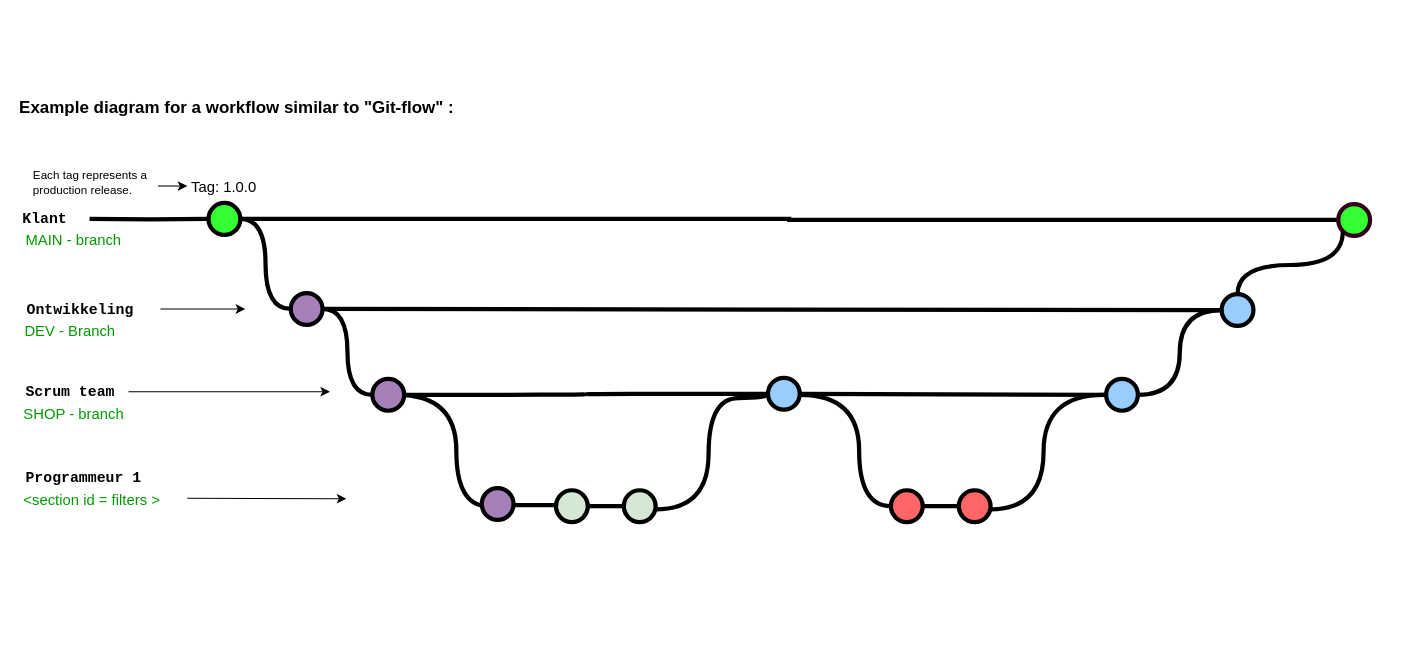
Texaco360/Proxpace keeps this draw.io diagram as Untitled Diagram.drawio. Above is the earlier version. Source tidied: cells renumbered, new cells numbered last; positions are measured from the earlier drawing's top-left corner, leaving out a move shared by most shapes. Both pictures are drawn from the tidied source at 106%, with x=0, y=0 at pixel (17, 90).
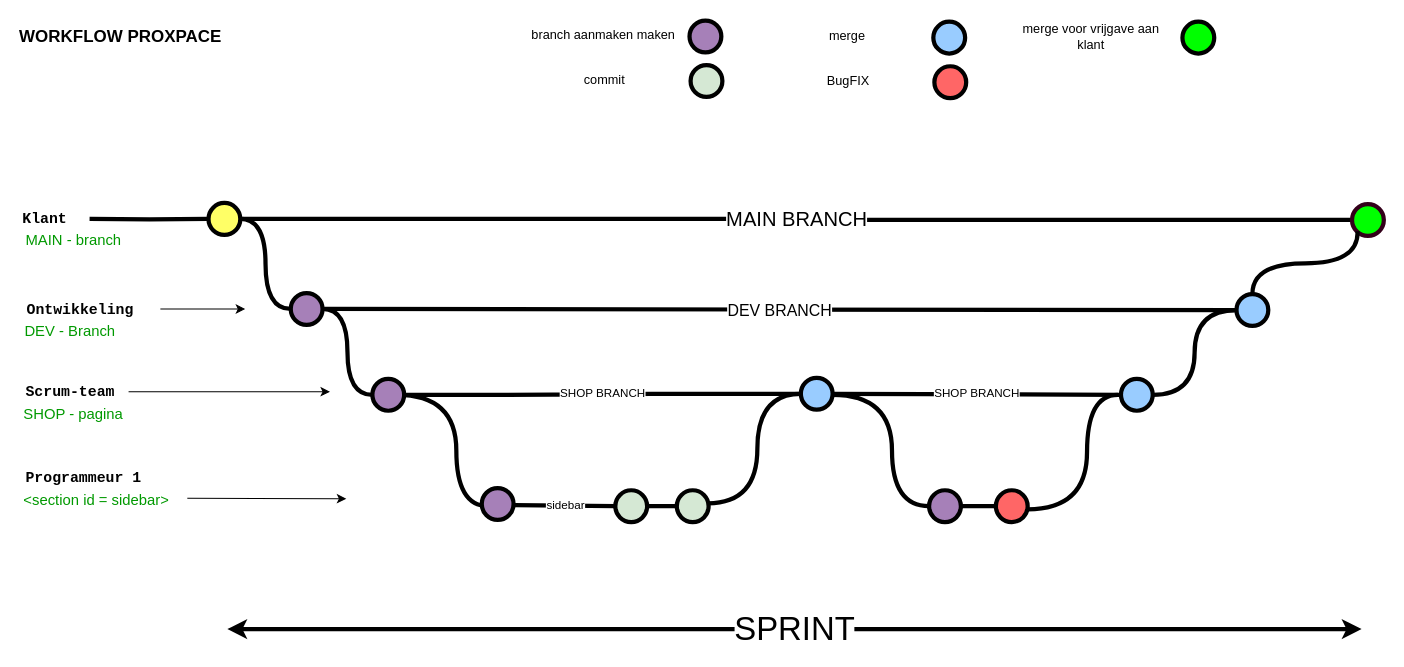
The same diagram, later.

The change refers to these unchanged cells:
```xml
<mxCell id="9" style="verticalLabelPosition=bottom;verticalAlign=top;html=1;strokeWidth=4;shape=mxgraph.flowchart.on-page_reference;plain-purple;gradientColor=none;strokeColor=#000000;fillColor=#A680B8;" parent="1" vertex="1">
  <mxGeometry x="257.8" y="191" width="30" height="30" as="geometry" />
</mxCell>
<mxCell id="13" style="verticalLabelPosition=bottom;verticalAlign=top;html=1;strokeWidth=4;shape=mxgraph.flowchart.on-page_reference;plain-purple;gradientColor=none;strokeColor=#000000;fillColor=#A680B8;" parent="1" vertex="1">
  <mxGeometry x="334.8" y="272" width="30" height="30" as="geometry" />
</mxCell>
```

What changed in the source:
```diff
@@
-    <mxCell id="2" style="edgeStyle=orthogonalEdgeStyle;rounded=0;html=1;jettySize=auto;plain-blue;endArrow=none;endFill=0;strokeWidth=4;strokeColor=#000000;entryX=0;entryY=0.5;entryDx=0;entryDy=0;entryPerimeter=0;" parent="1" edge="1" source="4" target="5">
-      <mxGeometry x="292.2" y="211" as="geometry" />
+    <mxCell id="2" value="MAIN BRANCH" style="edgeStyle=orthogonalEdgeStyle;rounded=0;html=1;jettySize=auto;plain-blue;endArrow=none;endFill=0;strokeWidth=4;strokeColor=#000000;entryX=0;entryY=0.5;entryDx=0;entryDy=0;entryPerimeter=0;horizontal=1;fontSize=19;" parent="1" edge="1" source="4" target="5">
+      <mxGeometry x="292.2" y="278" as="geometry" />
     </mxCell>
@@
-    <mxCell id="4" style="verticalLabelPosition=bottom;verticalAlign=top;html=1;strokeWidth=4;shape=mxgraph.flowchart.on-page_reference;plain-blue;gradientColor=none;fillColor=#33FF33;strokeColor=#000000;" parent="1" vertex="1">
+    <mxCell id="4" style="verticalLabelPosition=bottom;verticalAlign=top;html=1;strokeWidth=4;shape=mxgraph.flowchart.on-page_reference;plain-blue;gradientColor=none;fillColor=#FFFF66;strokeColor=#000000;" parent="1" vertex="1">
       <mxGeometry x="180.2" y="106" width="30" height="30" as="geometry" />
     </mxCell>
-    <mxCell id="5" style="verticalLabelPosition=bottom;verticalAlign=top;html=1;strokeWidth=4;shape=mxgraph.flowchart.on-page_reference;plain-blue;gradientColor=none;strokeColor=#33001A;fillColor=#33FF33;" parent="1" vertex="1">
-      <mxGeometry x="1246" y="107" width="30" height="30" as="geometry" />
+    <mxCell id="5" style="verticalLabelPosition=bottom;verticalAlign=top;html=1;strokeWidth=4;shape=mxgraph.flowchart.on-page_reference;plain-blue;gradientColor=none;strokeColor=#33001A;fillColor=#00FF00;" parent="1" vertex="1">
+      <mxGeometry x="1259" y="107" width="30" height="30" as="geometry" />
     </mxCell>
     <mxCell id="6" style="edgeStyle=orthogonalEdgeStyle;rounded=0;html=1;jettySize=auto;strokeWidth=4;endArrow=none;endFill=0;" parent="1" edge="1" target="4">
-      <mxGeometry x="192.2" y="211" as="geometry">
+      <mxGeometry x="192.2" y="278" as="geometry">
         <mxPoint x="68" y="121" as="sourcePoint" />
       </mxGeometry>
     </mxCell>
@@
-    <mxCell id="8" style="edgeStyle=orthogonalEdgeStyle;curved=1;rounded=0;html=1;exitX=1;exitY=0.5;exitPerimeter=0;endArrow=none;endFill=0;jettySize=auto;strokeWidth=4;fontSize=15;" parent="1" edge="1" source="9" target="31">
+    <mxCell id="8" value="DEV BRANCH" style="edgeStyle=orthogonalEdgeStyle;curved=1;rounded=0;html=1;exitX=1;exitY=0.5;exitPerimeter=0;endArrow=none;endFill=0;jettySize=auto;strokeWidth=4;fontSize=15;" parent="1" edge="1" source="9" target="31">
       <mxGeometry relative="1" as="geometry" />
     </mxCell>
@@
-    <mxCell id="14" style="edgeStyle=orthogonalEdgeStyle;curved=1;rounded=0;jettySize=auto;html=1;endArrow=none;endFill=0;strokeWidth=4;exitX=1;exitY=0.5;exitDx=0;exitDy=0;exitPerimeter=0;" parent="1" edge="1" source="13" target="15">
+    <mxCell id="14" value="SHOP BRANCH" style="edgeStyle=orthogonalEdgeStyle;curved=1;rounded=0;jettySize=auto;html=1;endArrow=none;endFill=0;strokeWidth=4;exitX=1;exitY=0.5;exitDx=0;exitDy=0;exitPerimeter=0;" parent="1" edge="1" source="13" target="15">
       <mxGeometry relative="1" as="geometry" />
     </mxCell>
     <mxCell id="15" style="verticalLabelPosition=bottom;verticalAlign=top;html=1;strokeWidth=4;shape=mxgraph.flowchart.on-page_reference;plain-purple;gradientColor=none;strokeColor=#000000;fillColor=#99CCFF;" parent="1" vertex="1">
-      <mxGeometry x="708" y="271" width="30" height="30" as="geometry" />
+      <mxGeometry x="739" y="271" width="30" height="30" as="geometry" />
     </mxCell>
@@
     <mxCell id="17" style="verticalLabelPosition=bottom;verticalAlign=top;html=1;strokeWidth=4;shape=mxgraph.flowchart.on-page_reference;plain-purple;gradientColor=none;strokeColor=#000000;fillColor=#99CCFF;" parent="1" vertex="1">
-      <mxGeometry x="1027" y="272" width="30" height="30" as="geometry" />
+      <mxGeometry x="1041" y="272" width="30" height="30" as="geometry" />
     </mxCell>
-    <mxCell id="18" value="Scrum team" style="text;html=1;strokeColor=none;fillColor=none;align=left;verticalAlign=middle;whiteSpace=wrap;overflow=hidden;fontSize=14;fontStyle=1;fontFamily=Courier New;" parent="1" vertex="1">
+    <mxCell id="18" value="Scrum-team" style="text;html=1;strokeColor=none;fillColor=none;align=left;verticalAlign=middle;whiteSpace=wrap;overflow=hidden;fontSize=14;fontStyle=1;fontFamily=Courier New;" parent="1" vertex="1">
       <mxGeometry x="5.8" y="274" width="91" height="20" as="geometry" />
     </mxCell>
@@
     <mxCell id="20" style="verticalLabelPosition=bottom;verticalAlign=top;html=1;strokeWidth=4;shape=mxgraph.flowchart.on-page_reference;plain-purple;gradientColor=none;strokeColor=#000000;fillColor=#D5E8D4;" parent="1" vertex="1">
-      <mxGeometry x="508" y="377" width="30" height="30" as="geometry" />
+      <mxGeometry x="564" y="377" width="30" height="30" as="geometry" />
     </mxCell>
     <mxCell id="21" style="verticalLabelPosition=bottom;verticalAlign=top;html=1;strokeWidth=4;shape=mxgraph.flowchart.on-page_reference;plain-purple;gradientColor=none;strokeColor=#000000;fillColor=#D5E8D4;" parent="1" vertex="1">
-      <mxGeometry x="572" y="377" width="30" height="30" as="geometry" />
+      <mxGeometry x="622" y="377" width="30" height="30" as="geometry" />
     </mxCell>
@@
-    <mxCell id="23" value="SHOP - branch&amp;nbsp;" style="text;html=1;strokeColor=none;fillColor=none;align=left;verticalAlign=middle;whiteSpace=wrap;overflow=hidden;fontSize=14;fontStyle=0;fontColor=#009900;" parent="1" vertex="1">
+    <mxCell id="23" value="SHOP - pagina" style="text;html=1;strokeColor=none;fillColor=none;align=left;verticalAlign=middle;whiteSpace=wrap;overflow=hidden;fontSize=14;fontStyle=0;fontColor=#009900;" parent="1" vertex="1">
       <mxGeometry x="3.8" y="294" width="240" height="20" as="geometry" />
     </mxCell>
-    <mxCell id="24" value="&amp;lt;section id = filters &amp;gt;" style="text;html=1;strokeColor=none;fillColor=none;align=left;verticalAlign=middle;whiteSpace=wrap;overflow=hidden;fontSize=14;fontStyle=0;fontColor=#009900;" parent="1" vertex="1">
+    <mxCell id="24" value="&amp;lt;section id = sidebar&amp;gt;" style="text;html=1;strokeColor=none;fillColor=none;align=left;verticalAlign=middle;whiteSpace=wrap;overflow=hidden;fontSize=14;fontStyle=0;fontColor=#009900;" parent="1" vertex="1">
       <mxGeometry x="3.8" y="375" width="240" height="20" as="geometry" />
     </mxCell>
@@
-    <mxCell id="30" value="Tag: 1.0.0" style="text;html=1;strokeColor=none;fillColor=none;align=center;verticalAlign=middle;whiteSpace=wrap;overflow=hidden;fontSize=14;" parent="1" vertex="1">
-      <mxGeometry x="160.2" y="80" width="70" height="20" as="geometry" />
-    </mxCell>
     <mxCell id="31" style="verticalLabelPosition=bottom;verticalAlign=top;html=1;strokeWidth=4;shape=mxgraph.flowchart.on-page_reference;plain-purple;gradientColor=none;strokeColor=#000000;fillColor=#99CCFF;" parent="1" vertex="1">
-      <mxGeometry x="1136" y="192" width="30" height="30" as="geometry" />
+      <mxGeometry x="1150" y="192" width="30" height="30" as="geometry" />
     </mxCell>
-    <mxCell id="32" style="edgeStyle=orthogonalEdgeStyle;rounded=0;jettySize=auto;html=1;fontSize=12;fontColor=#000000;entryX=0;entryY=0.5;entryDx=0;entryDy=0;" parent="1" edge="1" source="33" target="30">
-      <mxGeometry relative="1" as="geometry">
-        <Array as="points">
-          <mxPoint x="140.2" y="90" />
-          <mxPoint x="140.2" y="90" />
-        </Array>
-      </mxGeometry>
-    </mxCell>
-    <mxCell id="33" value="&lt;span style=&quot;text-align: center; font-size: 11px;&quot;&gt;Each tag represents a production release.&lt;/span&gt;" style="text;html=1;strokeColor=none;fillColor=none;align=left;verticalAlign=middle;whiteSpace=wrap;overflow=hidden;fontSize=11;fontStyle=0;fontColor=#000000;" parent="1" vertex="1">
-      <mxGeometry x="12.5" y="68" width="120" height="38" as="geometry" />
-    </mxCell>
-    <mxCell id="34" value="Example diagram for a workflow similar to &quot;Git-flow&quot; :" style="text;whiteSpace=wrap;html=1;fontStyle=1;fontSize=16;" parent="1" vertex="1">
-      <mxGeometry x="0.2" width="427.8" height="20" as="geometry" />
+    <mxCell id="34" value="WORKFLOW PROXPACE" style="text;whiteSpace=wrap;html=1;fontStyle=1;fontSize=16;" parent="1" vertex="1">
+      <mxGeometry x="0.2" y="-67" width="267.8" height="20" as="geometry" />
     </mxCell>
-    <mxCell id="35" style="edgeStyle=orthogonalEdgeStyle;curved=1;rounded=0;jettySize=auto;html=1;endArrow=none;endFill=0;strokeWidth=4;fontFamily=Courier New;fontColor=#009900;exitX=0.5;exitY=0;exitDx=0;exitDy=0;exitPerimeter=0;entryX=0.145;entryY=0.855;entryDx=0;entryDy=0;entryPerimeter=0;" parent="1" edge="1" source="31" target="5">
-      <mxGeometry relative="1" as="geometry" />
+    <mxCell id="35" style="edgeStyle=orthogonalEdgeStyle;curved=1;rounded=0;jettySize=auto;html=1;endArrow=none;endFill=0;strokeWidth=4;fontFamily=Courier New;fontColor=#009900;exitX=0.5;exitY=0;exitDx=0;exitDy=0;exitPerimeter=0;entryX=0.145;entryY=0.855;entryDx=0;entryDy=0;entryPerimeter=0;" parent="1" edge="1" source="31">
+      <mxGeometry relative="1" as="geometry">
+        <mxPoint x="1264.3" y="132.7" as="targetPoint" />
+      </mxGeometry>
     </mxCell>
-    <mxCell id="36" style="edgeStyle=orthogonalEdgeStyle;curved=1;rounded=0;jettySize=auto;html=1;endArrow=none;endFill=0;strokeWidth=4;fontFamily=Courier New;fontColor=#009900;entryX=0;entryY=0.5;entryDx=0;entryDy=0;entryPerimeter=0;" parent="1" edge="1" target="15">
+    <mxCell id="36" style="edgeStyle=orthogonalEdgeStyle;curved=1;rounded=0;jettySize=auto;html=1;endArrow=none;endFill=0;strokeWidth=4;fontFamily=Courier New;fontColor=#009900;entryX=0;entryY=0.5;entryDx=0;entryDy=0;entryPerimeter=0;exitX=0.981;exitY=0.41;exitDx=0;exitDy=0;exitPerimeter=0;" parent="1" edge="1" source="21" target="15">
       <mxGeometry relative="1" as="geometry">
-        <mxPoint x="602" y="395" as="sourcePoint" />
         <Array as="points">
-          <mxPoint x="652" y="395" />
-          <mxPoint x="652" y="290" />
-          <mxPoint x="708" y="290" />
+          <mxPoint x="698" y="389" />
+          <mxPoint x="698" y="286" />
         </Array>
       </mxGeometry>
     </mxCell>
-    <mxCell id="37" style="edgeStyle=orthogonalEdgeStyle;rounded=0;jettySize=auto;html=1;endArrow=none;endFill=0;strokeWidth=4;" parent="1" edge="1" source="38" target="39">
-      <mxGeometry relative="1" as="geometry" />
-    </mxCell>
-    <mxCell id="38" style="verticalLabelPosition=bottom;verticalAlign=top;html=1;strokeWidth=4;shape=mxgraph.flowchart.on-page_reference;plain-purple;gradientColor=none;strokeColor=#000000;fillColor=#FF6666;" parent="1" vertex="1">
-      <mxGeometry x="824" y="377" width="30" height="30" as="geometry" />
+    <mxCell id="38" style="verticalLabelPosition=bottom;verticalAlign=top;html=1;strokeWidth=4;shape=mxgraph.flowchart.on-page_reference;plain-purple;gradientColor=none;strokeColor=#000000;fillColor=#A680B8;" parent="1" vertex="1">
+      <mxGeometry x="860" y="377" width="30" height="30" as="geometry" />
     </mxCell>
-    <mxCell id="39" style="verticalLabelPosition=bottom;verticalAlign=top;html=1;strokeWidth=4;shape=mxgraph.flowchart.on-page_reference;plain-purple;gradientColor=none;strokeColor=#000000;fillColor=#FF6666;" parent="1" vertex="1">
-      <mxGeometry x="888" y="377" width="30" height="30" as="geometry" />
-    </mxCell>
     <mxCell id="40" style="edgeStyle=orthogonalEdgeStyle;curved=1;rounded=0;jettySize=auto;html=1;entryX=0;entryY=0.5;entryDx=0;entryDy=0;entryPerimeter=0;endArrow=none;endFill=0;strokeWidth=4;fontFamily=Courier New;fontColor=#009900;" parent="1" edge="1" target="38">
       <mxGeometry relative="1" as="geometry">
-        <mxPoint x="738" y="287" as="sourcePoint" />
+        <mxPoint x="769" y="287" as="sourcePoint" />
         <Array as="points">
-          <mxPoint x="794" y="287" />
-          <mxPoint x="794" y="392" />
+          <mxPoint x="825" y="287" />
+          <mxPoint x="825" y="392" />
         </Array>
       </mxGeometry>
     </mxCell>
-    <mxCell id="41" style="edgeStyle=orthogonalEdgeStyle;curved=1;rounded=0;jettySize=auto;html=1;endArrow=none;endFill=0;strokeWidth=4;fontFamily=Courier New;fontColor=#009900;entryX=0;entryY=0.5;entryDx=0;entryDy=0;entryPerimeter=0;" parent="1" edge="1" target="17">
+    <mxCell id="41" style="edgeStyle=orthogonalEdgeStyle;curved=1;rounded=0;jettySize=auto;html=1;endArrow=none;endFill=0;strokeWidth=4;fontFamily=Courier New;fontColor=#009900;" parent="1" edge="1" source="54">
       <mxGeometry relative="1" as="geometry">
-        <mxPoint x="918" y="395" as="sourcePoint" />
+        <mxPoint x="1038" y="287" as="targetPoint" />
         <Array as="points">
-          <mxPoint x="968" y="395" />
-          <mxPoint x="968" y="286" />
-          <mxPoint x="1027" y="286" />
+          <mxPoint x="1009" y="395" />
+          <mxPoint x="1009" y="287" />
         </Array>
       </mxGeometry>
     </mxCell>
-    <mxCell id="42" style="endArrow=none;html=1;rounded=0;exitX=1;exitY=0.5;exitDx=0;exitDy=0;exitPerimeter=0;entryX=0;entryY=0.5;entryDx=0;entryDy=0;entryPerimeter=0;strokeWidth=4;" parent="1" edge="1" source="15" target="17">
+    <mxCell id="42" value="SHOP BRANCH" style="endArrow=none;html=1;rounded=0;exitX=1;exitY=0.5;exitDx=0;exitDy=0;exitPerimeter=0;entryX=0;entryY=0.5;entryDx=0;entryDy=0;entryPerimeter=0;strokeWidth=4;" parent="1" edge="1" source="15" target="17">
       <mxGeometry relative="1" as="geometry" />
     </mxCell>
@@
-    <mxCell id="44" style="edgeStyle=orthogonalEdgeStyle;rounded=0;jettySize=auto;html=1;endArrow=none;endFill=0;strokeWidth=4;entryX=0;entryY=0.5;entryDx=0;entryDy=0;entryPerimeter=0;" parent="1" edge="1" target="20">
+    <mxCell id="44" value="sidebar" style="edgeStyle=orthogonalEdgeStyle;rounded=0;jettySize=auto;html=1;endArrow=none;endFill=0;strokeWidth=4;entryX=0;entryY=0.5;entryDx=0;entryDy=0;entryPerimeter=0;" parent="1" edge="1" target="20">
       <mxGeometry relative="1" as="geometry">
         <mxPoint x="469" y="391" as="sourcePoint" />
       </mxGeometry>
     </mxCell>
+    <mxCell id="45" style="verticalLabelPosition=bottom;verticalAlign=top;html=1;strokeWidth=4;shape=mxgraph.flowchart.on-page_reference;plain-purple;gradientColor=none;strokeColor=#000000;fillColor=#A680B8;" parent="1" vertex="1">
+      <mxGeometry x="634" y="-66" width="30" height="30" as="geometry" />
+    </mxCell>
+    <mxCell id="46" value="branch aanmaken maken" style="text;html=1;strokeColor=none;fillColor=none;align=center;verticalAlign=middle;whiteSpace=wrap;rounded=0;" parent="1" vertex="1">
+      <mxGeometry x="478" y="-67" width="150" height="30" as="geometry" />
+    </mxCell>
+    <mxCell id="47" style="verticalLabelPosition=bottom;verticalAlign=top;html=1;strokeWidth=4;shape=mxgraph.flowchart.on-page_reference;plain-purple;gradientColor=none;strokeColor=#000000;fillColor=#D5E8D4;" parent="1" vertex="1">
+      <mxGeometry x="635" y="-24" width="30" height="30" as="geometry" />
+    </mxCell>
+    <mxCell id="48" value="commit" style="text;html=1;strokeColor=none;fillColor=none;align=center;verticalAlign=middle;whiteSpace=wrap;rounded=0;" parent="1" vertex="1">
+      <mxGeometry x="479" y="-25" width="150" height="30" as="geometry" />
+    </mxCell>
+    <mxCell id="49" style="verticalLabelPosition=bottom;verticalAlign=top;html=1;strokeWidth=4;shape=mxgraph.flowchart.on-page_reference;plain-purple;gradientColor=none;strokeColor=#000000;fillColor=#99CCFF;" parent="1" vertex="1">
+      <mxGeometry x="864" y="-65" width="30" height="30" as="geometry" />
+    </mxCell>
+    <mxCell id="50" value="merge" style="text;html=1;strokeColor=none;fillColor=none;align=center;verticalAlign=middle;whiteSpace=wrap;rounded=0;" parent="1" vertex="1">
+      <mxGeometry x="708" y="-66" width="150" height="30" as="geometry" />
+    </mxCell>
+    <mxCell id="51" style="verticalLabelPosition=bottom;verticalAlign=top;html=1;strokeWidth=4;shape=mxgraph.flowchart.on-page_reference;plain-purple;gradientColor=none;strokeColor=#000000;fillColor=#FF6666;" parent="1" vertex="1">
+      <mxGeometry x="865" y="-23" width="30" height="30" as="geometry" />
+    </mxCell>
+    <mxCell id="52" value="BugFIX" style="text;html=1;strokeColor=none;fillColor=none;align=center;verticalAlign=middle;whiteSpace=wrap;rounded=0;" parent="1" vertex="1">
+      <mxGeometry x="709" y="-24" width="150" height="30" as="geometry" />
+    </mxCell>
+    <mxCell id="53" value="SPRINT" style="endArrow=classic;startArrow=classic;html=1;rounded=0;fontSize=31;strokeWidth=4;" parent="1" edge="1">
+      <mxGeometry relative="1" as="geometry">
+        <mxPoint x="198" y="508" as="sourcePoint" />
+        <mxPoint x="1268" y="508" as="targetPoint" />
+      </mxGeometry>
+    </mxCell>
+    <mxCell id="54" style="verticalLabelPosition=bottom;verticalAlign=top;html=1;strokeWidth=4;shape=mxgraph.flowchart.on-page_reference;plain-purple;gradientColor=none;strokeColor=#000000;fillColor=#FF6666;" parent="1" vertex="1">
+      <mxGeometry x="923" y="377" width="30" height="30" as="geometry" />
+    </mxCell>
+    <mxCell id="55" style="edgeStyle=orthogonalEdgeStyle;rounded=0;jettySize=auto;html=1;endArrow=none;endFill=0;strokeWidth=4;entryX=0;entryY=0.5;entryDx=0;entryDy=0;entryPerimeter=0;exitX=1;exitY=0.5;exitDx=0;exitDy=0;exitPerimeter=0;" parent="1" edge="1" source="38" target="54">
+      <mxGeometry relative="1" as="geometry" />
+    </mxCell>
+    <mxCell id="56" style="verticalLabelPosition=bottom;verticalAlign=top;html=1;strokeWidth=4;shape=mxgraph.flowchart.on-page_reference;plain-purple;gradientColor=none;strokeColor=#000000;fillColor=#00FF00;" parent="1" vertex="1">
+      <mxGeometry x="1099" y="-65" width="30" height="30" as="geometry" />
+    </mxCell>
+    <mxCell id="57" value="merge voor vrijgave aan klant" style="text;html=1;strokeColor=none;fillColor=none;align=center;verticalAlign=middle;whiteSpace=wrap;rounded=0;" parent="1" vertex="1">
+      <mxGeometry x="938" y="-66" width="150" height="30" as="geometry" />
+    </mxCell>
```
